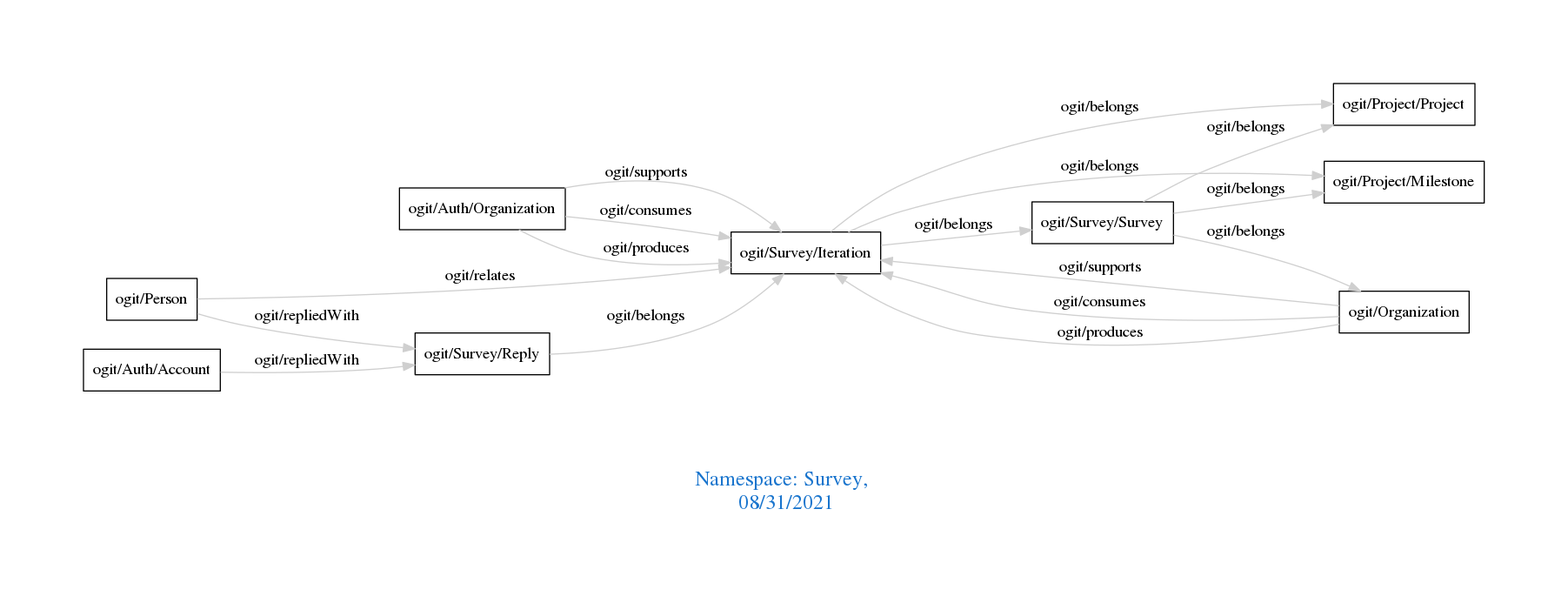
Before: downloads/Survey.png, a diagram exported from Graphviz (arago/OGIT). Its source is kept beside it as downloads/Survey.dot.
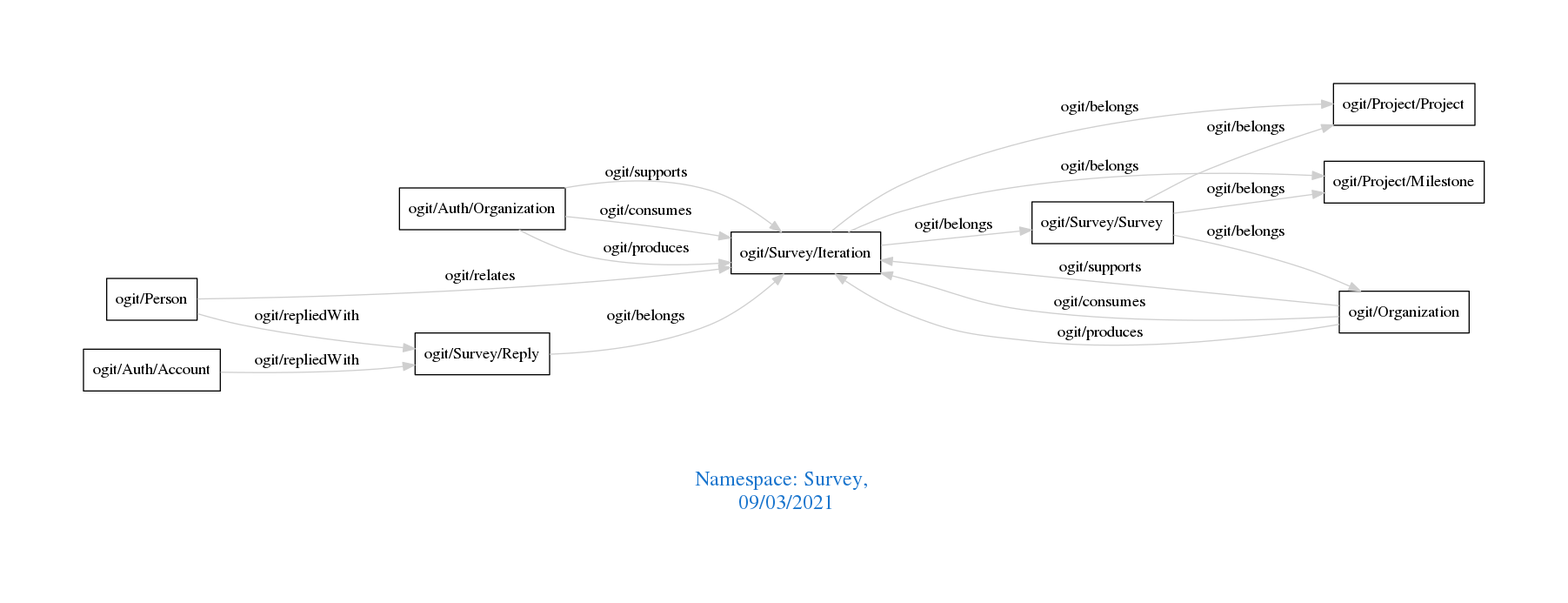
Later version of the same file.

Diff of the diagram source:
```diff
@@ -1,7 +1,7 @@
 digraph OGIT_ontology {
  graph [ rankdir= LR,pad=1
 fontsize = 18,
-fontcolor= dodgerblue3,label = "\n\n\nNamespace: Survey, \n 08/31/2021"];
+fontcolor= dodgerblue3,label = "\n\n\nNamespace: Survey, \n 09/03/2021"];
 node[shape=polygon];
 edge [  color="gray81"];
 
```
